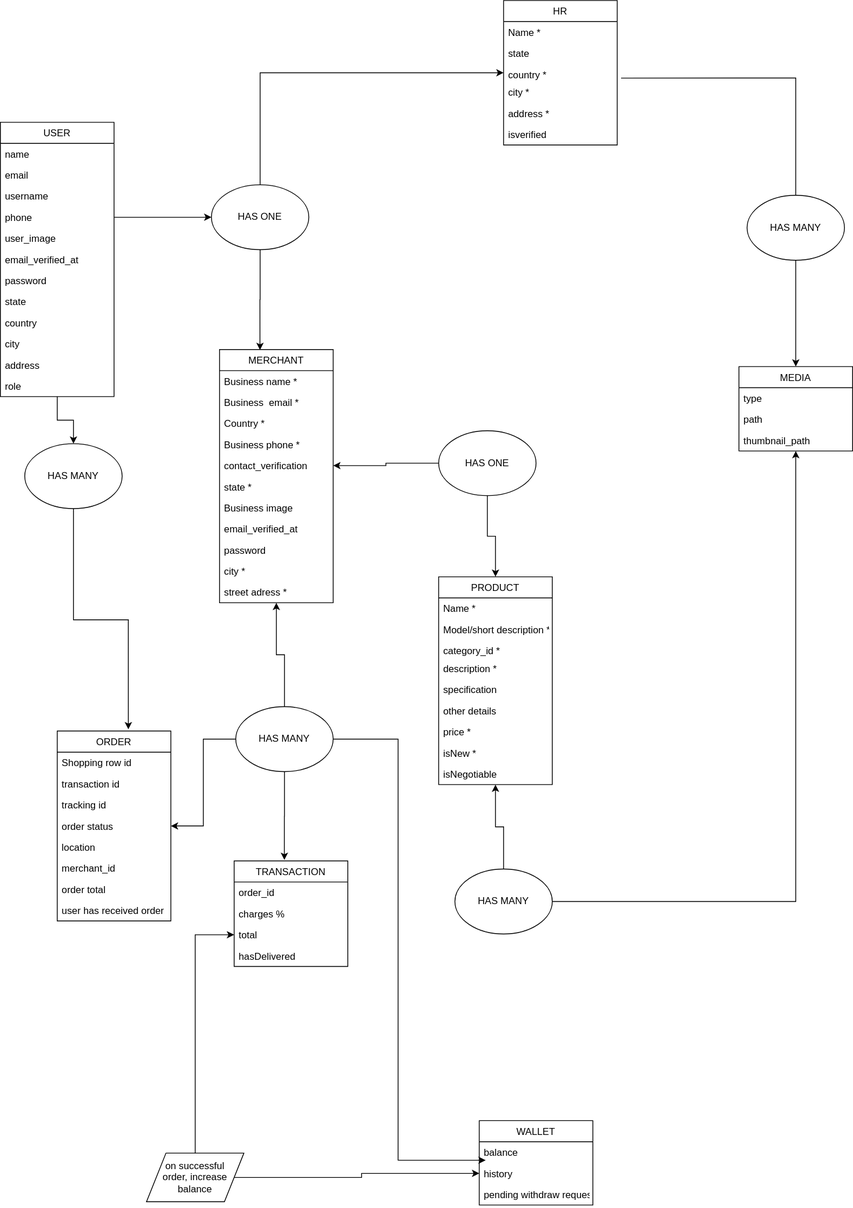
The draw.io diagram flowchart.svg in MoshoodRafiu/agentbrainbox, before a commit. Source tidied: cells renumbered, new cells last; positions are measured from the earlier drawing's top-left corner, leaving out a move shared by most shapes.
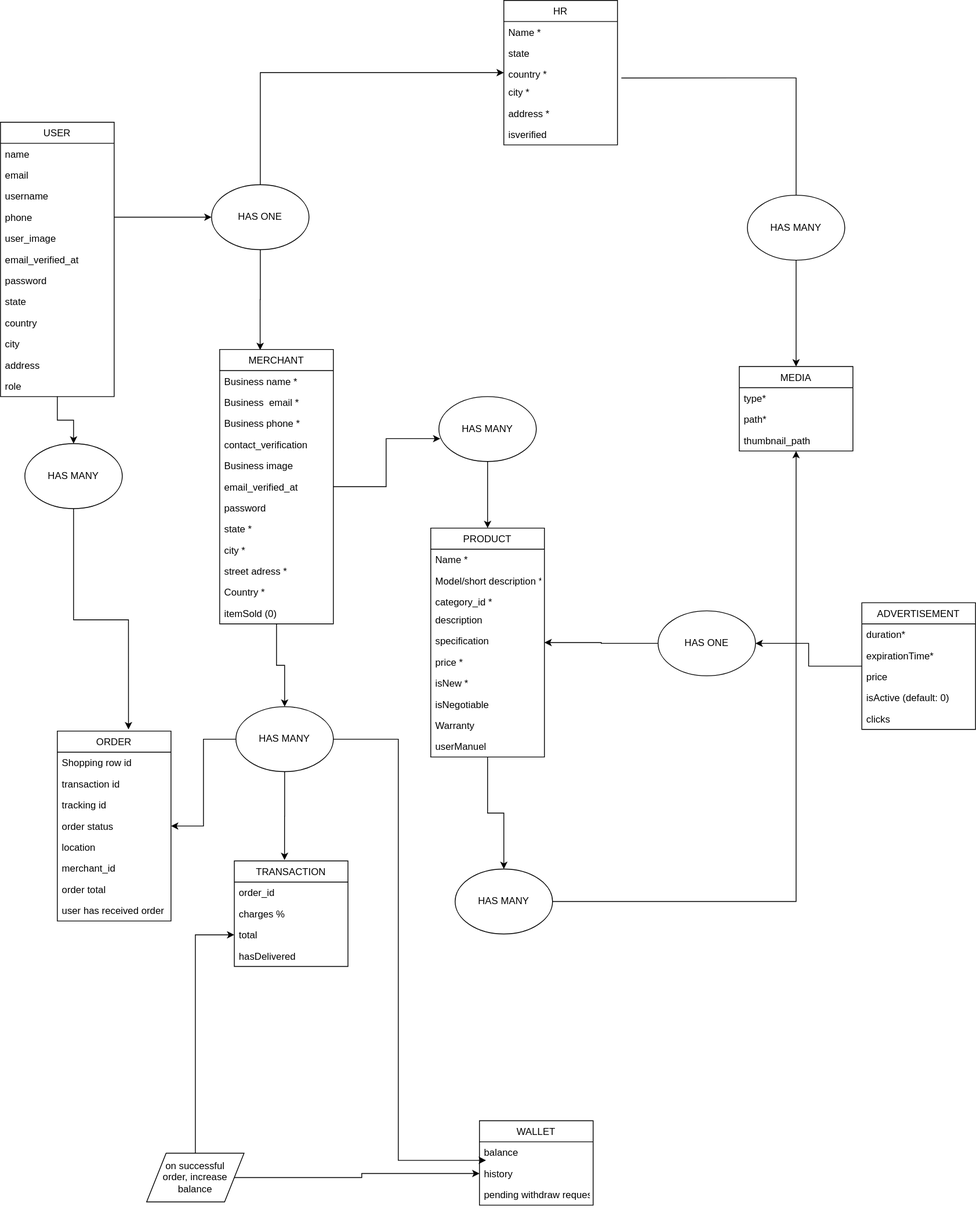
After the change.

Commit message:
fiex advertisment model

What changed in the source:
```diff
@@ -53,8 +53,14 @@
     <mxCell id="18" value="HAS ONE" style="ellipse;whiteSpace=wrap;html=1;" parent="1" vertex="1">
       <mxGeometry x="260" y="227" width="120" height="80" as="geometry" />
     </mxCell>
+    <mxCell id="89" style="edgeStyle=orthogonalEdgeStyle;rounded=0;jettySize=auto;html=1;entryX=0.015;entryY=0.648;entryDx=0;entryDy=0;entryPerimeter=0;" parent="1" edge="1" source="19" target="33">
+      <mxGeometry relative="1" as="geometry" />
+    </mxCell>
+    <mxCell id="90" style="edgeStyle=orthogonalEdgeStyle;rounded=0;jettySize=auto;html=1;" parent="1" edge="1" source="19" target="75">
+      <mxGeometry relative="1" as="geometry" />
+    </mxCell>
     <mxCell id="19" value="MERCHANT" style="swimlane;fontStyle=0;horizontal=1;startSize=26;fillColor=none;" parent="1" vertex="1">
-      <mxGeometry x="270" y="430" width="140" height="312" as="geometry" />
+      <mxGeometry x="270" y="430" width="140" height="338" as="geometry" />
     </mxCell>
     <mxCell id="20" value="Business name *" style="text;strokeColor=none;fillColor=none;align=left;verticalAlign=top;spacingLeft=4;spacingRight=4;overflow=hidden;" parent="19" vertex="1">
       <mxGeometry y="26" width="140" height="26" as="geometry" />
@@ -62,41 +68,41 @@
     <mxCell id="21" value="Business  email *" style="text;strokeColor=none;fillColor=none;align=left;verticalAlign=top;spacingLeft=4;spacingRight=4;overflow=hidden;" parent="19" vertex="1">
       <mxGeometry y="52" width="140" height="26" as="geometry" />
     </mxCell>
-    <mxCell id="22" value="Country *" style="text;strokeColor=none;fillColor=none;align=left;verticalAlign=top;spacingLeft=4;spacingRight=4;overflow=hidden;" parent="19" vertex="1">
-      <mxGeometry y="78" width="140" height="26" as="geometry" />
-    </mxCell>
     <mxCell id="23" value="Business phone *" style="text;strokeColor=none;fillColor=none;align=left;verticalAlign=top;spacingLeft=4;spacingRight=4;overflow=hidden;" parent="19" vertex="1">
-      <mxGeometry y="104" width="140" height="26" as="geometry" />
+      <mxGeometry y="78" width="140" height="26" as="geometry" />
     </mxCell>
     <mxCell id="24" value="contact_verification&#10;" style="text;strokeColor=none;fillColor=none;align=left;verticalAlign=top;spacingLeft=4;spacingRight=4;overflow=hidden;points=[[0,0.5],[1,0.5]];portConstraint=eastwest;" parent="19" vertex="1">
-      <mxGeometry y="130" width="140" height="26" as="geometry" />
+      <mxGeometry y="104" width="140" height="26" as="geometry" />
     </mxCell>
-    <mxCell id="25" value="state *" style="text;strokeColor=none;fillColor=none;align=left;verticalAlign=top;spacingLeft=4;spacingRight=4;overflow=hidden;" parent="19" vertex="1">
-      <mxGeometry y="156" width="140" height="26" as="geometry" />
-    </mxCell>
     <mxCell id="26" value="Business image&#10;" style="text;strokeColor=none;fillColor=none;align=left;verticalAlign=top;spacingLeft=4;spacingRight=4;overflow=hidden;" parent="19" vertex="1">
-      <mxGeometry y="182" width="140" height="26" as="geometry" />
+      <mxGeometry y="130" width="140" height="26" as="geometry" />
     </mxCell>
     <mxCell id="27" value="email_verified_at&#10;" style="text;strokeColor=none;fillColor=none;align=left;verticalAlign=top;spacingLeft=4;spacingRight=4;overflow=hidden;" parent="19" vertex="1">
-      <mxGeometry y="208" width="140" height="26" as="geometry" />
+      <mxGeometry y="156" width="140" height="26" as="geometry" />
     </mxCell>
     <mxCell id="28" value="password" style="text;strokeColor=none;fillColor=none;align=left;verticalAlign=top;spacingLeft=4;spacingRight=4;overflow=hidden;" parent="19" vertex="1">
-      <mxGeometry y="234" width="140" height="26" as="geometry" />
+      <mxGeometry y="182" width="140" height="26" as="geometry" />
     </mxCell>
+    <mxCell id="25" value="state *" style="text;strokeColor=none;fillColor=none;align=left;verticalAlign=top;spacingLeft=4;spacingRight=4;overflow=hidden;" parent="19" vertex="1">
+      <mxGeometry y="208" width="140" height="26" as="geometry" />
+    </mxCell>
     <mxCell id="29" value="city *" style="text;strokeColor=none;fillColor=none;align=left;verticalAlign=top;spacingLeft=4;spacingRight=4;overflow=hidden;" parent="19" vertex="1">
-      <mxGeometry y="260" width="140" height="26" as="geometry" />
+      <mxGeometry y="234" width="140" height="26" as="geometry" />
     </mxCell>
     <mxCell id="30" value="street adress *" style="text;strokeColor=none;fillColor=none;align=left;verticalAlign=top;spacingLeft=4;spacingRight=4;overflow=hidden;" parent="19" vertex="1">
-      <mxGeometry y="286" width="140" height="26" as="geometry" />
+      <mxGeometry y="260" width="140" height="26" as="geometry" />
     </mxCell>
-    <mxCell id="31" style="edgeStyle=orthogonalEdgeStyle;rounded=0;jettySize=auto;html=1;entryX=1;entryY=0.5;entryDx=0;entryDy=0;" parent="1" edge="1" source="33" target="24">
-      <mxGeometry relative="1" as="geometry" />
-    </mxCell>
+    <mxCell id="22" value="Country *" style="text;strokeColor=none;fillColor=none;align=left;verticalAlign=top;spacingLeft=4;spacingRight=4;overflow=hidden;" parent="19" vertex="1">
+      <mxGeometry y="286" width="140" height="26" as="geometry" />
+    </mxCell>
+    <mxCell id="91" value="itemSold (0)" style="text;strokeColor=none;fillColor=none;align=left;verticalAlign=top;spacingLeft=4;spacingRight=4;overflow=hidden;" parent="19" vertex="1">
+      <mxGeometry y="312" width="140" height="26" as="geometry" />
+    </mxCell>
     <mxCell id="32" style="edgeStyle=orthogonalEdgeStyle;rounded=0;jettySize=auto;html=1;" parent="1" edge="1" source="33" target="41">
       <mxGeometry relative="1" as="geometry" />
     </mxCell>
-    <mxCell id="33" value="HAS ONE" style="ellipse;whiteSpace=wrap;html=1;" parent="1" vertex="1">
-      <mxGeometry x="540" y="530" width="120" height="80" as="geometry" />
+    <mxCell id="33" value="HAS MANY" style="ellipse;whiteSpace=wrap;html=1;" parent="1" vertex="1">
+      <mxGeometry x="540" y="488" width="120" height="80" as="geometry" />
     </mxCell>
     <mxCell id="34" value="HR" style="swimlane;fontStyle=0;horizontal=1;startSize=26;fillColor=none;" parent="1" vertex="1">
       <mxGeometry x="620" width="140" height="178" as="geometry" />
@@ -119,39 +125,6 @@
     <mxCell id="40" value="isverified" style="text;strokeColor=none;fillColor=none;align=left;verticalAlign=top;spacingLeft=4;spacingRight=4;overflow=hidden;" parent="34" vertex="1">
       <mxGeometry y="152" width="140" height="26" as="geometry" />
     </mxCell>
-    <mxCell id="41" value="PRODUCT" style="swimlane;fontStyle=0;horizontal=1;startSize=26;fillColor=none;" parent="1" vertex="1">
-      <mxGeometry x="540" y="710" width="140" height="256" as="geometry" />
-    </mxCell>
-    <mxCell id="42" value="Name *" style="text;strokeColor=none;fillColor=none;align=left;verticalAlign=top;spacingLeft=4;spacingRight=4;overflow=hidden;" parent="41" vertex="1">
-      <mxGeometry y="26" width="140" height="26" as="geometry" />
-    </mxCell>
-    <mxCell id="43" value="Model/short description *" style="text;strokeColor=none;fillColor=none;align=left;verticalAlign=top;spacingLeft=4;spacingRight=4;overflow=hidden;" parent="41" vertex="1">
-      <mxGeometry y="52" width="140" height="26" as="geometry" />
-    </mxCell>
-    <mxCell id="44" value="category_id *" style="text;strokeColor=none;fillColor=none;align=left;verticalAlign=top;spacingLeft=4;spacingRight=4;overflow=hidden;" parent="41" vertex="1">
-      <mxGeometry y="78" width="140" height="22" as="geometry" />
-    </mxCell>
-    <mxCell id="45" value="description *" style="text;strokeColor=none;fillColor=none;align=left;verticalAlign=top;spacingLeft=4;spacingRight=4;overflow=hidden;" parent="41" vertex="1">
-      <mxGeometry y="100" width="140" height="26" as="geometry" />
-    </mxCell>
-    <mxCell id="46" value="specification" style="text;strokeColor=none;fillColor=none;align=left;verticalAlign=top;spacingLeft=4;spacingRight=4;overflow=hidden;" parent="41" vertex="1">
-      <mxGeometry y="126" width="140" height="26" as="geometry" />
-    </mxCell>
-    <mxCell id="47" value="other details" style="text;strokeColor=none;fillColor=none;align=left;verticalAlign=top;spacingLeft=4;spacingRight=4;overflow=hidden;" parent="41" vertex="1">
-      <mxGeometry y="152" width="140" height="26" as="geometry" />
-    </mxCell>
-    <mxCell id="48" value="price *" style="text;strokeColor=none;fillColor=none;align=left;verticalAlign=top;spacingLeft=4;spacingRight=4;overflow=hidden;" parent="41" vertex="1">
-      <mxGeometry y="178" width="140" height="26" as="geometry" />
-    </mxCell>
-    <mxCell id="49" value="isNew *" style="text;strokeColor=none;fillColor=none;align=left;verticalAlign=top;spacingLeft=4;spacingRight=4;overflow=hidden;" parent="41" vertex="1">
-      <mxGeometry y="204" width="140" height="26" as="geometry" />
-    </mxCell>
-    <mxCell id="50" value="isNegotiable" style="text;strokeColor=none;fillColor=none;align=left;verticalAlign=top;spacingLeft=4;spacingRight=4;overflow=hidden;" parent="41" vertex="1">
-      <mxGeometry y="230" width="140" height="26" as="geometry" />
-    </mxCell>
-    <mxCell id="51" style="edgeStyle=orthogonalEdgeStyle;rounded=0;jettySize=auto;html=1;" parent="1" edge="1" source="53" target="41">
-      <mxGeometry relative="1" as="geometry" />
-    </mxCell>
     <mxCell id="52" style="edgeStyle=orthogonalEdgeStyle;rounded=0;jettySize=auto;html=1;" parent="1" edge="1" source="53" target="54">
       <mxGeometry relative="1" as="geometry" />
     </mxCell>
@@ -161,10 +134,10 @@
     <mxCell id="54" value="MEDIA" style="swimlane;fontStyle=0;horizontal=1;startSize=26;fillColor=none;" parent="1" vertex="1">
       <mxGeometry x="910" y="451" width="140" height="104" as="geometry" />
     </mxCell>
-    <mxCell id="55" value="type" style="text;strokeColor=none;fillColor=none;align=left;verticalAlign=top;spacingLeft=4;spacingRight=4;overflow=hidden;" parent="54" vertex="1">
+    <mxCell id="55" value="type*" style="text;strokeColor=none;fillColor=none;align=left;verticalAlign=top;spacingLeft=4;spacingRight=4;overflow=hidden;" parent="54" vertex="1">
       <mxGeometry y="26" width="140" height="26" as="geometry" />
     </mxCell>
-    <mxCell id="56" value="path" style="text;strokeColor=none;fillColor=none;align=left;verticalAlign=top;spacingLeft=4;spacingRight=4;overflow=hidden;" parent="54" vertex="1">
+    <mxCell id="56" value="path*" style="text;strokeColor=none;fillColor=none;align=left;verticalAlign=top;spacingLeft=4;spacingRight=4;overflow=hidden;" parent="54" vertex="1">
       <mxGeometry y="52" width="140" height="26" as="geometry" />
     </mxCell>
     <mxCell id="57" value="thumbnail_path" style="text;strokeColor=none;fillColor=none;align=left;verticalAlign=top;spacingLeft=4;spacingRight=4;overflow=hidden;" parent="54" vertex="1">
@@ -209,9 +182,6 @@
     <mxCell id="70" value="user has received order" style="text;strokeColor=none;fillColor=none;align=left;verticalAlign=top;spacingLeft=4;spacingRight=4;overflow=hidden;" parent="62" vertex="1">
       <mxGeometry y="208" width="140" height="26" as="geometry" />
     </mxCell>
-    <mxCell id="71" style="edgeStyle=orthogonalEdgeStyle;rounded=0;jettySize=auto;html=1;" parent="1" edge="1" source="75" target="19">
-      <mxGeometry relative="1" as="geometry" />
-    </mxCell>
     <mxCell id="72" style="edgeStyle=orthogonalEdgeStyle;rounded=0;jettySize=auto;html=1;" parent="1" edge="1" source="75" target="62">
       <mxGeometry relative="1" as="geometry" />
     </mxCell>
@@ -244,6 +214,42 @@
     <mxCell id="80" value="hasDelivered" style="text;strokeColor=none;fillColor=none;align=left;verticalAlign=top;spacingLeft=4;spacingRight=4;overflow=hidden;" parent="76" vertex="1">
       <mxGeometry y="104" width="140" height="26" as="geometry" />
     </mxCell>
+    <mxCell id="92" style="edgeStyle=orthogonalEdgeStyle;rounded=0;jettySize=auto;html=1;entryX=0.5;entryY=0;entryDx=0;entryDy=0;" parent="1" edge="1" source="41" target="53">
+      <mxGeometry relative="1" as="geometry" />
+    </mxCell>
+    <mxCell id="41" value="PRODUCT" style="swimlane;fontStyle=0;horizontal=1;startSize=26;fillColor=none;" parent="1" vertex="1">
+      <mxGeometry x="530" y="650" width="140" height="282" as="geometry" />
+    </mxCell>
+    <mxCell id="42" value="Name *" style="text;strokeColor=none;fillColor=none;align=left;verticalAlign=top;spacingLeft=4;spacingRight=4;overflow=hidden;" parent="41" vertex="1">
+      <mxGeometry y="26" width="140" height="26" as="geometry" />
+    </mxCell>
+    <mxCell id="43" value="Model/short description *" style="text;strokeColor=none;fillColor=none;align=left;verticalAlign=top;spacingLeft=4;spacingRight=4;overflow=hidden;" parent="41" vertex="1">
+      <mxGeometry y="52" width="140" height="26" as="geometry" />
+    </mxCell>
+    <mxCell id="44" value="category_id *" style="text;strokeColor=none;fillColor=none;align=left;verticalAlign=top;spacingLeft=4;spacingRight=4;overflow=hidden;" parent="41" vertex="1">
+      <mxGeometry y="78" width="140" height="22" as="geometry" />
+    </mxCell>
+    <mxCell id="45" value="description " style="text;strokeColor=none;fillColor=none;align=left;verticalAlign=top;spacingLeft=4;spacingRight=4;overflow=hidden;" parent="41" vertex="1">
+      <mxGeometry y="100" width="140" height="26" as="geometry" />
+    </mxCell>
+    <mxCell id="46" value="specification" style="text;strokeColor=none;fillColor=none;align=left;verticalAlign=top;spacingLeft=4;spacingRight=4;overflow=hidden;" parent="41" vertex="1">
+      <mxGeometry y="126" width="140" height="26" as="geometry" />
+    </mxCell>
+    <mxCell id="48" value="price *" style="text;strokeColor=none;fillColor=none;align=left;verticalAlign=top;spacingLeft=4;spacingRight=4;overflow=hidden;" parent="41" vertex="1">
+      <mxGeometry y="152" width="140" height="26" as="geometry" />
+    </mxCell>
+    <mxCell id="49" value="isNew *" style="text;strokeColor=none;fillColor=none;align=left;verticalAlign=top;spacingLeft=4;spacingRight=4;overflow=hidden;" parent="41" vertex="1">
+      <mxGeometry y="178" width="140" height="26" as="geometry" />
+    </mxCell>
+    <mxCell id="50" value="isNegotiable" style="text;strokeColor=none;fillColor=none;align=left;verticalAlign=top;spacingLeft=4;spacingRight=4;overflow=hidden;" parent="41" vertex="1">
+      <mxGeometry y="204" width="140" height="26" as="geometry" />
+    </mxCell>
+    <mxCell id="93" value="Warranty" style="text;strokeColor=none;fillColor=none;align=left;verticalAlign=top;spacingLeft=4;spacingRight=4;overflow=hidden;" parent="41" vertex="1">
+      <mxGeometry y="230" width="140" height="26" as="geometry" />
+    </mxCell>
+    <mxCell id="94" value="userManuel" style="text;strokeColor=none;fillColor=none;align=left;verticalAlign=top;spacingLeft=4;spacingRight=4;overflow=hidden;" parent="41" vertex="1">
+      <mxGeometry y="256" width="140" height="26" as="geometry" />
+    </mxCell>
     <mxCell id="81" value="WALLET" style="swimlane;fontStyle=0;horizontal=1;startSize=26;fillColor=none;" parent="1" vertex="1">
       <mxGeometry x="590" y="1380" width="140" height="104" as="geometry" />
     </mxCell>
@@ -262,11 +268,38 @@
     <mxCell id="86" style="edgeStyle=orthogonalEdgeStyle;rounded=0;jettySize=auto;html=1;entryX=0;entryY=0.5;entryDx=0;entryDy=0;" parent="1" edge="1" source="87" target="79">
       <mxGeometry relative="1" as="geometry" />
     </mxCell>
+    <mxCell id="95" style="edgeStyle=orthogonalEdgeStyle;rounded=0;jettySize=auto;html=1;" parent="1" edge="1" source="96" target="103">
+      <mxGeometry relative="1" as="geometry" />
+    </mxCell>
+    <mxCell id="96" value="ADVERTISEMENT" style="swimlane;fontStyle=0;horizontal=1;startSize=26;fillColor=none;" parent="1" vertex="1">
+      <mxGeometry x="1061" y="742" width="140" height="156" as="geometry" />
+    </mxCell>
+    <mxCell id="97" value="duration*" style="text;strokeColor=none;fillColor=none;align=left;verticalAlign=top;spacingLeft=4;spacingRight=4;overflow=hidden;" parent="96" vertex="1">
+      <mxGeometry y="26" width="140" height="26" as="geometry" />
+    </mxCell>
+    <mxCell id="98" value="expirationTime*" style="text;strokeColor=none;fillColor=none;align=left;verticalAlign=top;spacingLeft=4;spacingRight=4;overflow=hidden;" parent="96" vertex="1">
+      <mxGeometry y="52" width="140" height="26" as="geometry" />
+    </mxCell>
+    <mxCell id="99" value="price" style="text;strokeColor=none;fillColor=none;align=left;verticalAlign=top;spacingLeft=4;spacingRight=4;overflow=hidden;" parent="96" vertex="1">
+      <mxGeometry y="78" width="140" height="26" as="geometry" />
+    </mxCell>
+    <mxCell id="100" value="isActive (default: 0)" style="text;strokeColor=none;fillColor=none;align=left;verticalAlign=top;spacingLeft=4;spacingRight=4;overflow=hidden;" parent="96" vertex="1">
+      <mxGeometry y="104" width="140" height="26" as="geometry" />
+    </mxCell>
+    <mxCell id="101" value="clicks" style="text;strokeColor=none;fillColor=none;align=left;verticalAlign=top;spacingLeft=4;spacingRight=4;overflow=hidden;" parent="96" vertex="1">
+      <mxGeometry y="130" width="140" height="26" as="geometry" />
+    </mxCell>
     <mxCell id="87" value="on successful&lt;br&gt;order, increase balance" style="shape=parallelogram;perimeter=parallelogramPerimeter;whiteSpace=wrap;html=1;" parent="1" vertex="1">
       <mxGeometry x="180" y="1420" width="120" height="60" as="geometry" />
     </mxCell>
     <mxCell id="88" style="edgeStyle=orthogonalEdgeStyle;rounded=0;jettySize=auto;html=1;" parent="1" edge="1" source="7" target="18">
       <mxGeometry relative="1" as="geometry" />
     </mxCell>
+    <mxCell id="102" style="edgeStyle=orthogonalEdgeStyle;rounded=0;jettySize=auto;html=1;" parent="1" edge="1" source="103" target="41">
+      <mxGeometry relative="1" as="geometry" />
+    </mxCell>
+    <mxCell id="103" value="HAS ONE" style="ellipse;whiteSpace=wrap;html=1;" parent="1" vertex="1">
+      <mxGeometry x="810" y="752" width="120" height="80" as="geometry" />
+    </mxCell>
   </root>
 </mxGraphModel>
```
